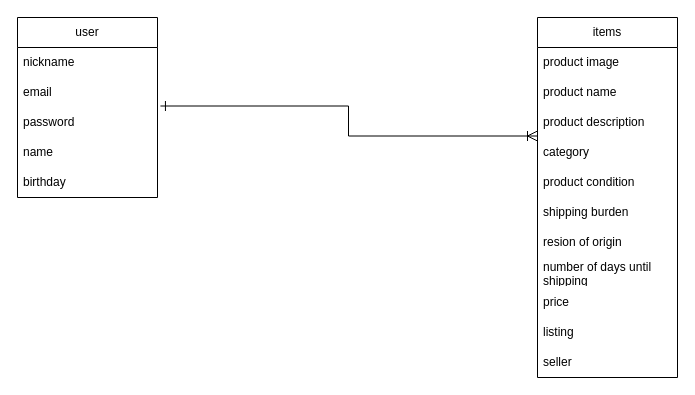
The draw.io diagram app/views/test.dio in nagano19840910/furima-40222, before the edit. Source tidied: cells renumbered, new cells numbered last; positions are measured from the earlier drawing's top-left corner, leaving out a move shared by most shapes. Both pictures are drawn from the tidied source at 100%, with x=0, y=0 at pixel (17, 17).
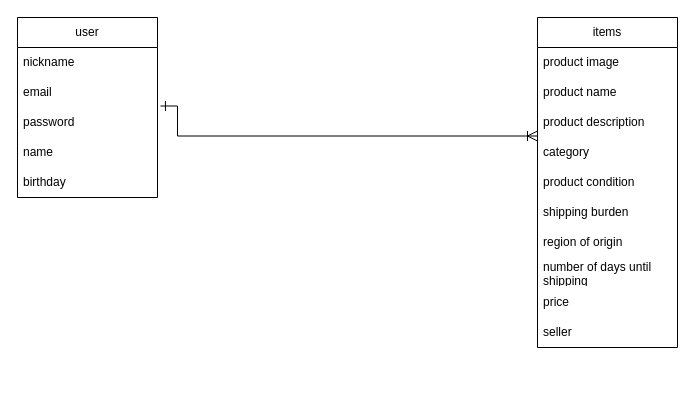
Above is the later version.

Commit message (it also covers changes not shown here):
Readmeファイル修正

Unchanged cells that the change refers to:
```xml
<mxCell id="5" value="password" style="text;strokeColor=none;fillColor=none;align=left;verticalAlign=middle;spacingLeft=4;spacingRight=4;overflow=hidden;points=[[0,0.5],[1,0.5]];portConstraint=eastwest;whiteSpace=wrap;html=1;" parent="2" vertex="1">
  <mxGeometry y="90" width="140" height="30" as="geometry" />
</mxCell>
<mxCell id="11" value="product description" style="text;strokeColor=none;fillColor=none;align=left;verticalAlign=middle;spacingLeft=4;spacingRight=4;overflow=hidden;points=[[0,0.5],[1,0.5]];portConstraint=eastwest;whiteSpace=wrap;html=1;" parent="8" vertex="1">
  <mxGeometry y="90" width="140" height="30" as="geometry" />
</mxCell>
```

Diff of the diagram source:
```diff
@@
     <mxCell id="8" value="items" style="swimlane;fontStyle=0;horizontal=1;startSize=30;whiteSpace=wrap;html=1;" parent="1" vertex="1">
-      <mxGeometry x="520" width="140" height="360" as="geometry" />
+      <mxGeometry x="520" width="140" height="330" as="geometry" />
     </mxCell>
@@
-    <mxCell id="15" value="resion of origin" style="text;strokeColor=none;fillColor=none;align=left;verticalAlign=middle;spacingLeft=4;spacingRight=4;overflow=hidden;whiteSpace=wrap;html=1;" parent="8" vertex="1">
+    <mxCell id="15" value="region of origin" style="text;strokeColor=none;fillColor=none;align=left;verticalAlign=middle;spacingLeft=4;spacingRight=4;overflow=hidden;whiteSpace=wrap;html=1;" parent="8" vertex="1">
       <mxGeometry y="210" width="140" height="30" as="geometry" />
     </mxCell>
@@
-    <mxCell id="18" value="listing" style="text;strokeColor=none;fillColor=none;align=left;verticalAlign=middle;spacingLeft=4;spacingRight=4;overflow=hidden;whiteSpace=wrap;html=1;" parent="8" vertex="1">
-      <mxGeometry y="300" width="140" height="30" as="geometry" />
-    </mxCell>
     <mxCell id="19" value="seller" style="text;strokeColor=none;fillColor=none;align=left;verticalAlign=middle;spacingLeft=4;spacingRight=4;overflow=hidden;whiteSpace=wrap;html=1;" parent="8" vertex="1">
-      <mxGeometry y="330" width="140" height="30" as="geometry" />
+      <mxGeometry y="300" width="140" height="30" as="geometry" />
     </mxCell>
     <mxCell id="20" style="edgeStyle=elbowEdgeStyle;elbow=horizontal;endArrow=ERoneToMany;html=1;curved=0;rounded=0;endSize=8;startSize=8;exitX=1.021;exitY=-0.05;exitDx=0;exitDy=0;exitPerimeter=0;entryX=0;entryY=0.95;entryDx=0;entryDy=0;entryPerimeter=0;endFill=0;startArrow=ERone;startFill=0;" parent="1" edge="1" source="5" target="11">
-      <mxGeometry relative="1" as="geometry" />
+      <mxGeometry relative="1" as="geometry">
+        <Array as="points">
+          <mxPoint x="160" y="105" />
+          <mxPoint x="330" y="110" />
+        </Array>
+      </mxGeometry>
     </mxCell>
```
